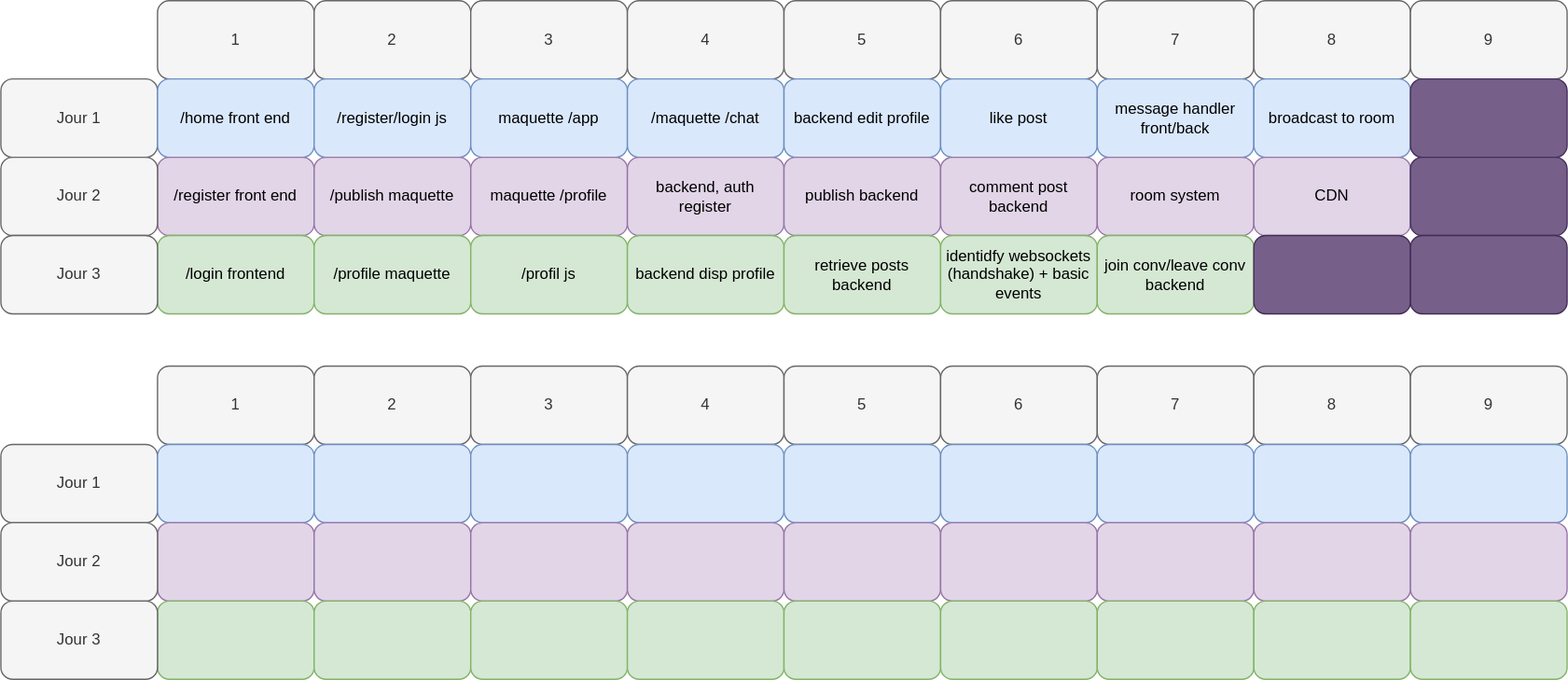
Before: planning.svg, a diagram exported from draw.io (UchatOrg/guideline). Source tidied: cells renumbered, new cells last; positions are measured from the earlier drawing's top-left corner, leaving out a move shared by most shapes. Its diagram source:
```xml
<mxGraphModel>
  <root>
    <mxCell id="0" />
    <mxCell id="1" parent="0" />
    <mxCell id="2" value="1" style="rounded=1;whiteSpace=wrap;html=1;fillColor=#f5f5f5;strokeColor=#666666;fontColor=#333333;" parent="1" vertex="1">
      <mxGeometry x="120" width="120" height="60" as="geometry" />
    </mxCell>
    <mxCell id="3" value="2" style="rounded=1;whiteSpace=wrap;html=1;fillColor=#f5f5f5;strokeColor=#666666;fontColor=#333333;" parent="1" vertex="1">
      <mxGeometry x="240" width="120" height="60" as="geometry" />
    </mxCell>
    <mxCell id="4" value="3" style="rounded=1;whiteSpace=wrap;html=1;fillColor=#f5f5f5;strokeColor=#666666;fontColor=#333333;" parent="1" vertex="1">
      <mxGeometry x="360" width="120" height="60" as="geometry" />
    </mxCell>
    <mxCell id="5" value="4" style="rounded=1;whiteSpace=wrap;html=1;fillColor=#f5f5f5;strokeColor=#666666;fontColor=#333333;" parent="1" vertex="1">
      <mxGeometry x="480" width="120" height="60" as="geometry" />
    </mxCell>
    <mxCell id="6" value="5" style="rounded=1;whiteSpace=wrap;html=1;fillColor=#f5f5f5;strokeColor=#666666;fontColor=#333333;" parent="1" vertex="1">
      <mxGeometry x="600" width="120" height="60" as="geometry" />
    </mxCell>
    <mxCell id="7" value="Jour 1" style="rounded=1;whiteSpace=wrap;html=1;fillColor=#f5f5f5;strokeColor=#666666;fontColor=#333333;" parent="1" vertex="1">
      <mxGeometry y="60" width="120" height="60" as="geometry" />
    </mxCell>
    <mxCell id="8" value="/home front end" style="rounded=1;whiteSpace=wrap;html=1;fillColor=#dae8fc;strokeColor=#6c8ebf;" parent="1" vertex="1">
      <mxGeometry x="120" y="60" width="120" height="60" as="geometry" />
    </mxCell>
    <mxCell id="9" value="/register/login js" style="rounded=1;whiteSpace=wrap;html=1;fillColor=#dae8fc;strokeColor=#6c8ebf;" parent="1" vertex="1">
      <mxGeometry x="240" y="60" width="120" height="60" as="geometry" />
    </mxCell>
    <mxCell id="10" value="maquette /app" style="rounded=1;whiteSpace=wrap;html=1;fillColor=#dae8fc;strokeColor=#6c8ebf;" parent="1" vertex="1">
      <mxGeometry x="360" y="60" width="120" height="60" as="geometry" />
    </mxCell>
    <mxCell id="11" value="/maquette /chat" style="rounded=1;whiteSpace=wrap;html=1;fillColor=#dae8fc;strokeColor=#6c8ebf;" parent="1" vertex="1">
      <mxGeometry x="480" y="60" width="120" height="60" as="geometry" />
    </mxCell>
    <mxCell id="12" value="/register front end" style="rounded=1;whiteSpace=wrap;html=1;fillColor=#e1d5e7;strokeColor=#9673a6;" parent="1" vertex="1">
      <mxGeometry x="120" y="120" width="120" height="60" as="geometry" />
    </mxCell>
    <mxCell id="13" value="/publish maquette" style="rounded=1;whiteSpace=wrap;html=1;fillColor=#e1d5e7;strokeColor=#9673a6;" parent="1" vertex="1">
      <mxGeometry x="240" y="120" width="120" height="60" as="geometry" />
    </mxCell>
    <mxCell id="14" value="/login frontend" style="rounded=1;whiteSpace=wrap;html=1;fillColor=#d5e8d4;strokeColor=#82b366;" parent="1" vertex="1">
      <mxGeometry x="120" y="180" width="120" height="60" as="geometry" />
    </mxCell>
    <mxCell id="15" value="/profile maquette" style="rounded=1;whiteSpace=wrap;html=1;fillColor=#d5e8d4;strokeColor=#82b366;" parent="1" vertex="1">
      <mxGeometry x="240" y="180" width="120" height="60" as="geometry" />
    </mxCell>
    <mxCell id="16" value="&lt;span style=&quot;font-family: &amp;#34;helvetica&amp;#34;&quot;&gt;backend edit profile&lt;/span&gt;" style="rounded=1;whiteSpace=wrap;html=1;fillColor=#dae8fc;strokeColor=#6c8ebf;" parent="1" vertex="1">
      <mxGeometry x="600" y="60" width="120" height="60" as="geometry" />
    </mxCell>
    <mxCell id="17" value="Jour 2" style="rounded=1;whiteSpace=wrap;html=1;fillColor=#f5f5f5;strokeColor=#666666;fontColor=#333333;" parent="1" vertex="1">
      <mxGeometry y="120" width="120" height="60" as="geometry" />
    </mxCell>
    <mxCell id="18" value="maquette /profile" style="rounded=1;whiteSpace=wrap;html=1;fillColor=#e1d5e7;strokeColor=#9673a6;" parent="1" vertex="1">
      <mxGeometry x="360" y="120" width="120" height="60" as="geometry" />
    </mxCell>
    <mxCell id="19" value="backend, auth register" style="rounded=1;whiteSpace=wrap;html=1;fillColor=#e1d5e7;strokeColor=#9673a6;" parent="1" vertex="1">
      <mxGeometry x="480" y="120" width="120" height="60" as="geometry" />
    </mxCell>
    <mxCell id="20" value="publish backend" style="rounded=1;whiteSpace=wrap;html=1;fillColor=#e1d5e7;strokeColor=#9673a6;" parent="1" vertex="1">
      <mxGeometry x="600" y="120" width="120" height="60" as="geometry" />
    </mxCell>
    <mxCell id="21" value="/profil js" style="rounded=1;whiteSpace=wrap;html=1;fillColor=#d5e8d4;strokeColor=#82b366;" parent="1" vertex="1">
      <mxGeometry x="360" y="180" width="120" height="60" as="geometry" />
    </mxCell>
    <mxCell id="22" value="backend disp profile" style="rounded=1;whiteSpace=wrap;html=1;fillColor=#d5e8d4;strokeColor=#82b366;" parent="1" vertex="1">
      <mxGeometry x="480" y="180" width="120" height="60" as="geometry" />
    </mxCell>
    <mxCell id="23" value="retrieve posts backend" style="rounded=1;whiteSpace=wrap;html=1;fillColor=#d5e8d4;strokeColor=#82b366;" parent="1" vertex="1">
      <mxGeometry x="600" y="180" width="120" height="60" as="geometry" />
    </mxCell>
    <mxCell id="24" value="Jour 3" style="rounded=1;whiteSpace=wrap;html=1;fillColor=#f5f5f5;strokeColor=#666666;fontColor=#333333;" parent="1" vertex="1">
      <mxGeometry y="180" width="120" height="60" as="geometry" />
    </mxCell>
    <mxCell id="25" value="6" style="rounded=1;whiteSpace=wrap;html=1;fillColor=#f5f5f5;strokeColor=#666666;fontColor=#333333;" parent="1" vertex="1">
      <mxGeometry x="720" width="120" height="60" as="geometry" />
    </mxCell>
    <mxCell id="26" value="like post" style="rounded=1;whiteSpace=wrap;html=1;fillColor=#dae8fc;strokeColor=#6c8ebf;" parent="1" vertex="1">
      <mxGeometry x="720" y="60" width="120" height="60" as="geometry" />
    </mxCell>
    <mxCell id="27" value="comment post backend" style="rounded=1;whiteSpace=wrap;html=1;fillColor=#e1d5e7;strokeColor=#9673a6;" parent="1" vertex="1">
      <mxGeometry x="720" y="120" width="120" height="60" as="geometry" />
    </mxCell>
    <mxCell id="28" value="&lt;span&gt;identidfy websockets&lt;/span&gt;&lt;br&gt;&lt;span&gt;(handshake) + basic events&lt;/span&gt;" style="rounded=1;whiteSpace=wrap;html=1;fillColor=#d5e8d4;strokeColor=#82b366;" parent="1" vertex="1">
      <mxGeometry x="720" y="180" width="120" height="60" as="geometry" />
    </mxCell>
    <mxCell id="29" value="7" style="rounded=1;whiteSpace=wrap;html=1;fillColor=#f5f5f5;strokeColor=#666666;fontColor=#333333;" parent="1" vertex="1">
      <mxGeometry x="840" width="120" height="60" as="geometry" />
    </mxCell>
    <mxCell id="30" value="8" style="rounded=1;whiteSpace=wrap;html=1;fillColor=#f5f5f5;strokeColor=#666666;fontColor=#333333;" parent="1" vertex="1">
      <mxGeometry x="960" width="120" height="60" as="geometry" />
    </mxCell>
    <mxCell id="31" value="&lt;span&gt;message handler front/back&lt;/span&gt;" style="rounded=1;whiteSpace=wrap;html=1;strokeColor=#6c8ebf;fillColor=#dae8fc;" parent="1" vertex="1">
      <mxGeometry x="840" y="60" width="120" height="60" as="geometry" />
    </mxCell>
    <mxCell id="32" value="&lt;span&gt;broadcast to room&lt;/span&gt;" style="rounded=1;whiteSpace=wrap;html=1;strokeColor=#6c8ebf;fillColor=#dae8fc;" parent="1" vertex="1">
      <mxGeometry x="960" y="60" width="120" height="60" as="geometry" />
    </mxCell>
    <mxCell id="33" value="&lt;span&gt;room system&lt;/span&gt;" style="rounded=1;whiteSpace=wrap;html=1;fillColor=#e1d5e7;strokeColor=#9673a6;" parent="1" vertex="1">
      <mxGeometry x="840" y="120" width="120" height="60" as="geometry" />
    </mxCell>
    <mxCell id="34" value="CDN" style="rounded=1;whiteSpace=wrap;html=1;fillColor=#e1d5e7;strokeColor=#9673a6;" parent="1" vertex="1">
      <mxGeometry x="960" y="120" width="120" height="60" as="geometry" />
    </mxCell>
    <mxCell id="35" value="&lt;span&gt;join conv/leave conv backend&lt;/span&gt;" style="rounded=1;whiteSpace=wrap;html=1;fillColor=#d5e8d4;strokeColor=#82b366;" parent="1" vertex="1">
      <mxGeometry x="840" y="180" width="120" height="60" as="geometry" />
    </mxCell>
    <mxCell id="36" style="rounded=1;whiteSpace=wrap;html=1;fillColor=#76608a;strokeColor=#432D57;fontColor=#ffffff;" parent="1" vertex="1">
      <mxGeometry x="960" y="180" width="120" height="60" as="geometry" />
    </mxCell>
    <mxCell id="37" value="9" style="rounded=1;whiteSpace=wrap;html=1;fillColor=#f5f5f5;strokeColor=#666666;fontColor=#333333;" parent="1" vertex="1">
      <mxGeometry x="1080" width="120" height="60" as="geometry" />
    </mxCell>
    <mxCell id="38" style="rounded=1;whiteSpace=wrap;html=1;strokeColor=#432D57;fillColor=#76608a;fontColor=#ffffff;" parent="1" vertex="1">
      <mxGeometry x="1080" y="60" width="120" height="60" as="geometry" />
    </mxCell>
    <mxCell id="39" style="rounded=1;whiteSpace=wrap;html=1;fillColor=#76608a;strokeColor=#432D57;fontColor=#ffffff;" parent="1" vertex="1">
      <mxGeometry x="1080" y="120" width="120" height="60" as="geometry" />
    </mxCell>
    <mxCell id="40" style="rounded=1;whiteSpace=wrap;html=1;fillColor=#76608a;strokeColor=#432D57;fontColor=#ffffff;" parent="1" vertex="1">
      <mxGeometry x="1080" y="180" width="120" height="60" as="geometry" />
    </mxCell>
    <mxCell id="41" value="1" style="rounded=1;whiteSpace=wrap;html=1;fillColor=#f5f5f5;strokeColor=#666666;fontColor=#333333;" parent="1" vertex="1">
      <mxGeometry x="120" y="280" width="120" height="60" as="geometry" />
    </mxCell>
    <mxCell id="42" value="2" style="rounded=1;whiteSpace=wrap;html=1;fillColor=#f5f5f5;strokeColor=#666666;fontColor=#333333;" parent="1" vertex="1">
      <mxGeometry x="240" y="280" width="120" height="60" as="geometry" />
    </mxCell>
    <mxCell id="43" value="3" style="rounded=1;whiteSpace=wrap;html=1;fillColor=#f5f5f5;strokeColor=#666666;fontColor=#333333;" parent="1" vertex="1">
      <mxGeometry x="360" y="280" width="120" height="60" as="geometry" />
    </mxCell>
    <mxCell id="44" value="4" style="rounded=1;whiteSpace=wrap;html=1;fillColor=#f5f5f5;strokeColor=#666666;fontColor=#333333;" parent="1" vertex="1">
      <mxGeometry x="480" y="280" width="120" height="60" as="geometry" />
    </mxCell>
    <mxCell id="45" value="5" style="rounded=1;whiteSpace=wrap;html=1;fillColor=#f5f5f5;strokeColor=#666666;fontColor=#333333;" parent="1" vertex="1">
      <mxGeometry x="600" y="280" width="120" height="60" as="geometry" />
    </mxCell>
    <mxCell id="46" value="Jour 1" style="rounded=1;whiteSpace=wrap;html=1;fillColor=#f5f5f5;strokeColor=#666666;fontColor=#333333;" parent="1" vertex="1">
      <mxGeometry y="340" width="120" height="60" as="geometry" />
    </mxCell>
    <mxCell id="47" style="rounded=1;whiteSpace=wrap;html=1;fillColor=#dae8fc;strokeColor=#6c8ebf;" parent="1" vertex="1">
      <mxGeometry x="120" y="340" width="120" height="60" as="geometry" />
    </mxCell>
    <mxCell id="48" style="rounded=1;whiteSpace=wrap;html=1;fillColor=#dae8fc;strokeColor=#6c8ebf;" parent="1" vertex="1">
      <mxGeometry x="240" y="340" width="120" height="60" as="geometry" />
    </mxCell>
    <mxCell id="49" style="rounded=1;whiteSpace=wrap;html=1;fillColor=#dae8fc;strokeColor=#6c8ebf;" parent="1" vertex="1">
      <mxGeometry x="360" y="340" width="120" height="60" as="geometry" />
    </mxCell>
    <mxCell id="50" style="rounded=1;whiteSpace=wrap;html=1;fillColor=#dae8fc;strokeColor=#6c8ebf;" parent="1" vertex="1">
      <mxGeometry x="480" y="340" width="120" height="60" as="geometry" />
    </mxCell>
    <mxCell id="51" style="rounded=1;whiteSpace=wrap;html=1;fillColor=#e1d5e7;strokeColor=#9673a6;" parent="1" vertex="1">
      <mxGeometry x="120" y="400" width="120" height="60" as="geometry" />
    </mxCell>
    <mxCell id="52" style="rounded=1;whiteSpace=wrap;html=1;fillColor=#e1d5e7;strokeColor=#9673a6;" parent="1" vertex="1">
      <mxGeometry x="240" y="400" width="120" height="60" as="geometry" />
    </mxCell>
    <mxCell id="53" style="rounded=1;whiteSpace=wrap;html=1;fillColor=#d5e8d4;strokeColor=#82b366;" parent="1" vertex="1">
      <mxGeometry x="120" y="460" width="120" height="60" as="geometry" />
    </mxCell>
    <mxCell id="54" style="rounded=1;whiteSpace=wrap;html=1;fillColor=#d5e8d4;strokeColor=#82b366;" parent="1" vertex="1">
      <mxGeometry x="240" y="460" width="120" height="60" as="geometry" />
    </mxCell>
    <mxCell id="55" style="rounded=1;whiteSpace=wrap;html=1;fillColor=#dae8fc;strokeColor=#6c8ebf;" parent="1" vertex="1">
      <mxGeometry x="600" y="340" width="120" height="60" as="geometry" />
    </mxCell>
    <mxCell id="56" value="Jour 2" style="rounded=1;whiteSpace=wrap;html=1;fillColor=#f5f5f5;strokeColor=#666666;fontColor=#333333;" parent="1" vertex="1">
      <mxGeometry y="400" width="120" height="60" as="geometry" />
    </mxCell>
    <mxCell id="57" style="rounded=1;whiteSpace=wrap;html=1;fillColor=#e1d5e7;strokeColor=#9673a6;" parent="1" vertex="1">
      <mxGeometry x="360" y="400" width="120" height="60" as="geometry" />
    </mxCell>
    <mxCell id="58" style="rounded=1;whiteSpace=wrap;html=1;fillColor=#e1d5e7;strokeColor=#9673a6;" parent="1" vertex="1">
      <mxGeometry x="480" y="400" width="120" height="60" as="geometry" />
    </mxCell>
    <mxCell id="59" style="rounded=1;whiteSpace=wrap;html=1;fillColor=#e1d5e7;strokeColor=#9673a6;" parent="1" vertex="1">
      <mxGeometry x="600" y="400" width="120" height="60" as="geometry" />
    </mxCell>
    <mxCell id="60" style="rounded=1;whiteSpace=wrap;html=1;fillColor=#d5e8d4;strokeColor=#82b366;" parent="1" vertex="1">
      <mxGeometry x="360" y="460" width="120" height="60" as="geometry" />
    </mxCell>
    <mxCell id="61" style="rounded=1;whiteSpace=wrap;html=1;fillColor=#d5e8d4;strokeColor=#82b366;" parent="1" vertex="1">
      <mxGeometry x="480" y="460" width="120" height="60" as="geometry" />
    </mxCell>
    <mxCell id="62" style="rounded=1;whiteSpace=wrap;html=1;fillColor=#d5e8d4;strokeColor=#82b366;" parent="1" vertex="1">
      <mxGeometry x="600" y="460" width="120" height="60" as="geometry" />
    </mxCell>
    <mxCell id="63" value="Jour 3" style="rounded=1;whiteSpace=wrap;html=1;fillColor=#f5f5f5;strokeColor=#666666;fontColor=#333333;" parent="1" vertex="1">
      <mxGeometry y="460" width="120" height="60" as="geometry" />
    </mxCell>
    <mxCell id="64" value="6" style="rounded=1;whiteSpace=wrap;html=1;fillColor=#f5f5f5;strokeColor=#666666;fontColor=#333333;" parent="1" vertex="1">
      <mxGeometry x="720" y="280" width="120" height="60" as="geometry" />
    </mxCell>
    <mxCell id="65" style="rounded=1;whiteSpace=wrap;html=1;fillColor=#dae8fc;strokeColor=#6c8ebf;" parent="1" vertex="1">
      <mxGeometry x="720" y="340" width="120" height="60" as="geometry" />
    </mxCell>
    <mxCell id="66" style="rounded=1;whiteSpace=wrap;html=1;fillColor=#e1d5e7;strokeColor=#9673a6;" parent="1" vertex="1">
      <mxGeometry x="720" y="400" width="120" height="60" as="geometry" />
    </mxCell>
    <mxCell id="67" style="rounded=1;whiteSpace=wrap;html=1;fillColor=#d5e8d4;strokeColor=#82b366;" parent="1" vertex="1">
      <mxGeometry x="720" y="460" width="120" height="60" as="geometry" />
    </mxCell>
    <mxCell id="68" value="7" style="rounded=1;whiteSpace=wrap;html=1;fillColor=#f5f5f5;strokeColor=#666666;fontColor=#333333;" parent="1" vertex="1">
      <mxGeometry x="840" y="280" width="120" height="60" as="geometry" />
    </mxCell>
    <mxCell id="69" value="8" style="rounded=1;whiteSpace=wrap;html=1;fillColor=#f5f5f5;strokeColor=#666666;fontColor=#333333;" parent="1" vertex="1">
      <mxGeometry x="960" y="280" width="120" height="60" as="geometry" />
    </mxCell>
    <mxCell id="70" style="rounded=1;whiteSpace=wrap;html=1;strokeColor=#6c8ebf;fillColor=#dae8fc;" parent="1" vertex="1">
      <mxGeometry x="840" y="340" width="120" height="60" as="geometry" />
    </mxCell>
    <mxCell id="71" style="rounded=1;whiteSpace=wrap;html=1;strokeColor=#6c8ebf;fillColor=#dae8fc;" parent="1" vertex="1">
      <mxGeometry x="960" y="340" width="120" height="60" as="geometry" />
    </mxCell>
    <mxCell id="72" style="rounded=1;whiteSpace=wrap;html=1;fillColor=#e1d5e7;strokeColor=#9673a6;" parent="1" vertex="1">
      <mxGeometry x="840" y="400" width="120" height="60" as="geometry" />
    </mxCell>
    <mxCell id="73" style="rounded=1;whiteSpace=wrap;html=1;fillColor=#e1d5e7;strokeColor=#9673a6;" parent="1" vertex="1">
      <mxGeometry x="960" y="400" width="120" height="60" as="geometry" />
    </mxCell>
    <mxCell id="74" style="rounded=1;whiteSpace=wrap;html=1;fillColor=#d5e8d4;strokeColor=#82b366;" parent="1" vertex="1">
      <mxGeometry x="840" y="460" width="120" height="60" as="geometry" />
    </mxCell>
    <mxCell id="75" style="rounded=1;whiteSpace=wrap;html=1;fillColor=#d5e8d4;strokeColor=#82b366;" parent="1" vertex="1">
      <mxGeometry x="960" y="460" width="120" height="60" as="geometry" />
    </mxCell>
    <mxCell id="76" value="9" style="rounded=1;whiteSpace=wrap;html=1;fillColor=#f5f5f5;strokeColor=#666666;fontColor=#333333;" parent="1" vertex="1">
      <mxGeometry x="1080" y="280" width="120" height="60" as="geometry" />
    </mxCell>
    <mxCell id="77" style="rounded=1;whiteSpace=wrap;html=1;strokeColor=#6c8ebf;fillColor=#dae8fc;" parent="1" vertex="1">
      <mxGeometry x="1080" y="340" width="120" height="60" as="geometry" />
    </mxCell>
    <mxCell id="78" style="rounded=1;whiteSpace=wrap;html=1;fillColor=#e1d5e7;strokeColor=#9673a6;" parent="1" vertex="1">
      <mxGeometry x="1080" y="400" width="120" height="60" as="geometry" />
    </mxCell>
    <mxCell id="79" style="rounded=1;whiteSpace=wrap;html=1;fillColor=#d5e8d4;strokeColor=#82b366;" parent="1" vertex="1">
      <mxGeometry x="1080" y="460" width="120" height="60" as="geometry" />
    </mxCell>
  </root>
</mxGraphModel>
```
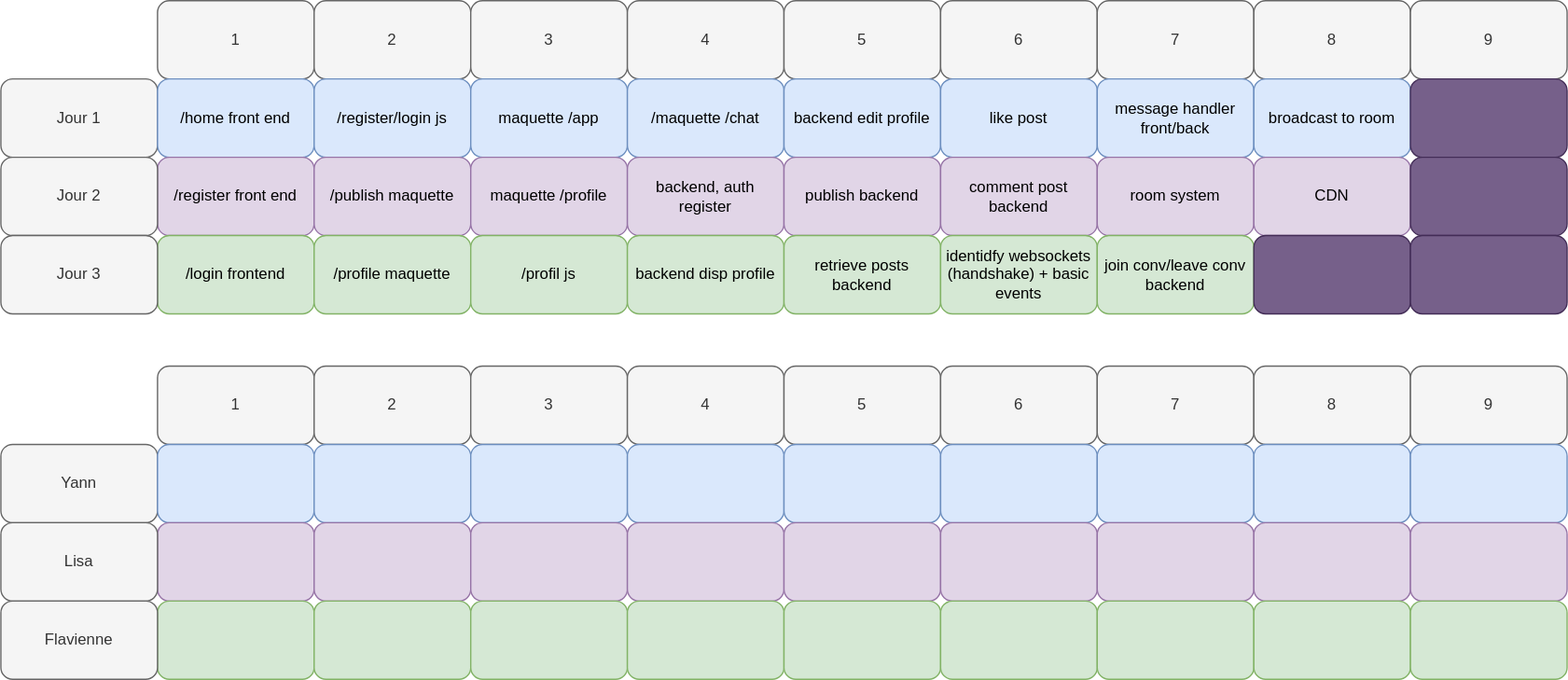
After the change.

What changed in the source:
```diff
@@ -134,7 +134,7 @@
     <mxCell id="45" value="5" style="rounded=1;whiteSpace=wrap;html=1;fillColor=#f5f5f5;strokeColor=#666666;fontColor=#333333;" parent="1" vertex="1">
       <mxGeometry x="600" y="280" width="120" height="60" as="geometry" />
     </mxCell>
-    <mxCell id="46" value="Jour 1" style="rounded=1;whiteSpace=wrap;html=1;fillColor=#f5f5f5;strokeColor=#666666;fontColor=#333333;" parent="1" vertex="1">
+    <mxCell id="46" value="Yann" style="rounded=1;whiteSpace=wrap;html=1;fillColor=#f5f5f5;strokeColor=#666666;fontColor=#333333;" parent="1" vertex="1">
       <mxGeometry y="340" width="120" height="60" as="geometry" />
     </mxCell>
     <mxCell id="47" style="rounded=1;whiteSpace=wrap;html=1;fillColor=#dae8fc;strokeColor=#6c8ebf;" parent="1" vertex="1">
@@ -164,7 +164,7 @@
     <mxCell id="55" style="rounded=1;whiteSpace=wrap;html=1;fillColor=#dae8fc;strokeColor=#6c8ebf;" parent="1" vertex="1">
       <mxGeometry x="600" y="340" width="120" height="60" as="geometry" />
     </mxCell>
-    <mxCell id="56" value="Jour 2" style="rounded=1;whiteSpace=wrap;html=1;fillColor=#f5f5f5;strokeColor=#666666;fontColor=#333333;" parent="1" vertex="1">
+    <mxCell id="56" value="Lisa" style="rounded=1;whiteSpace=wrap;html=1;fillColor=#f5f5f5;strokeColor=#666666;fontColor=#333333;" parent="1" vertex="1">
       <mxGeometry y="400" width="120" height="60" as="geometry" />
     </mxCell>
     <mxCell id="57" style="rounded=1;whiteSpace=wrap;html=1;fillColor=#e1d5e7;strokeColor=#9673a6;" parent="1" vertex="1">
@@ -185,7 +185,7 @@
     <mxCell id="62" style="rounded=1;whiteSpace=wrap;html=1;fillColor=#d5e8d4;strokeColor=#82b366;" parent="1" vertex="1">
       <mxGeometry x="600" y="460" width="120" height="60" as="geometry" />
     </mxCell>
-    <mxCell id="63" value="Jour 3" style="rounded=1;whiteSpace=wrap;html=1;fillColor=#f5f5f5;strokeColor=#666666;fontColor=#333333;" parent="1" vertex="1">
+    <mxCell id="63" value="Flavienne" style="rounded=1;whiteSpace=wrap;html=1;fillColor=#f5f5f5;strokeColor=#666666;fontColor=#333333;" parent="1" vertex="1">
       <mxGeometry y="460" width="120" height="60" as="geometry" />
     </mxCell>
     <mxCell id="64" value="6" style="rounded=1;whiteSpace=wrap;html=1;fillColor=#f5f5f5;strokeColor=#666666;fontColor=#333333;" parent="1" vertex="1">
```
